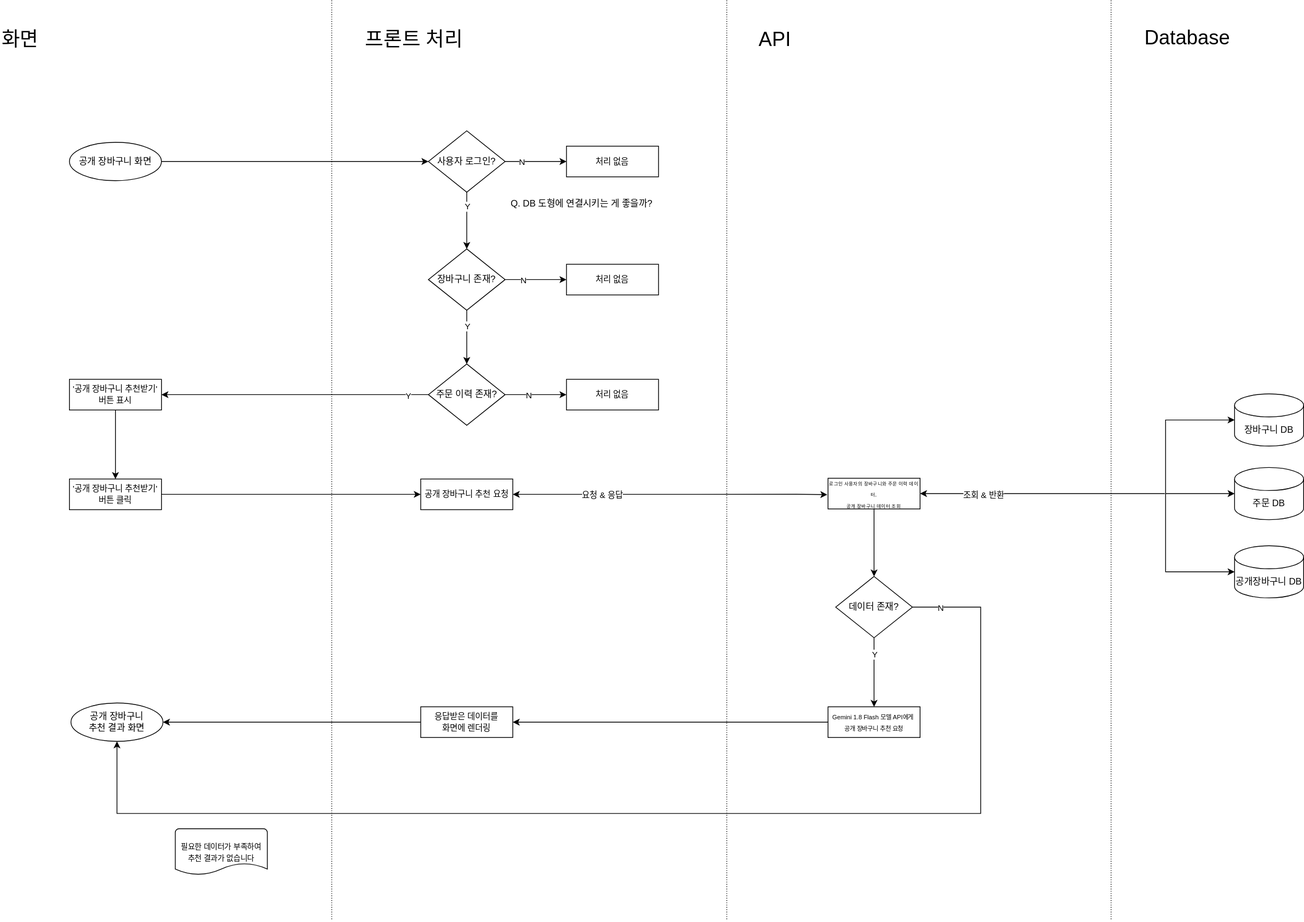
Above: docs/2. 설계/2.2 소프트웨어 설계/2.2.3 플로차트/공개장바구니 추천.svg in sarifor/cart-connect-market (draw.io), before the change. Source tidied: cells renumbered, new cells last; positions are measured from the earlier drawing's top-left corner, leaving out a move shared by most shapes.
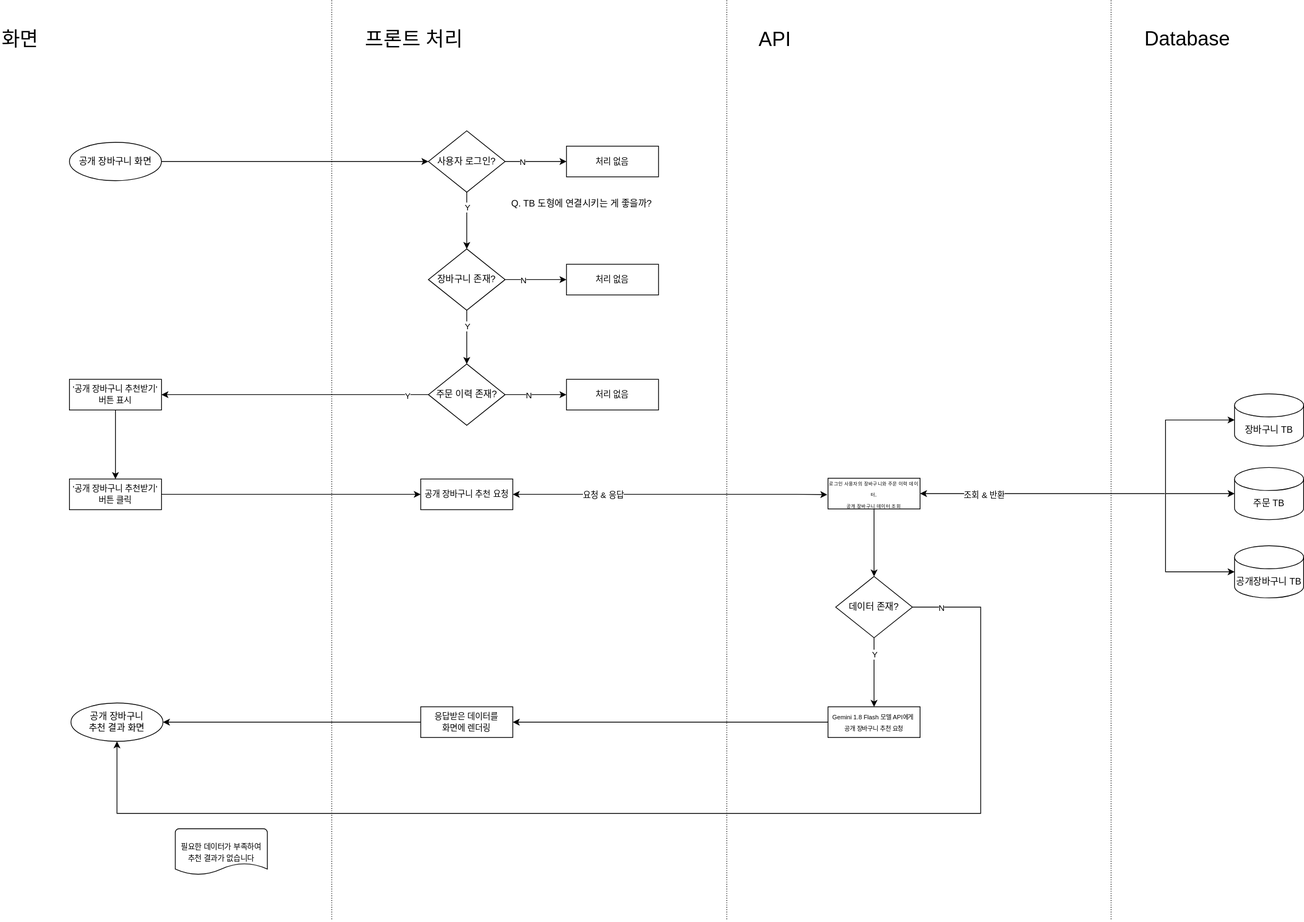
Later version of the same file.

What changed in the source:
```diff
@@ -57,7 +57,7 @@
     <mxCell id="17" value="&lt;font style=&quot;font-size: 6px;&quot;&gt;&lt;font style=&quot;&quot;&gt;로그인 사용자의&amp;nbsp;&lt;/font&gt;&lt;span style=&quot;background-color: transparent; color: light-dark(rgb(0, 0, 0), rgb(255, 255, 255));&quot;&gt;장바구니와 주문 이력 데이터,&lt;/span&gt;&lt;/font&gt;&lt;div&gt;&lt;font style=&quot;font-size: 6px;&quot;&gt;공개 장바구니 데이터 조회&lt;/font&gt;&lt;/div&gt;" style="rounded=0;whiteSpace=wrap;html=1;fontSize=12;glass=0;strokeWidth=1;shadow=0;" parent="1" vertex="1">
       <mxGeometry x="1079" y="623" width="120" height="40" as="geometry" />
     </mxCell>
-    <mxCell id="18" value="장바구니 DB" style="shape=cylinder3;whiteSpace=wrap;html=1;boundedLbl=1;backgroundOutline=1;size=15;" parent="1" vertex="1">
+    <mxCell id="18" value="장바구니 TB" style="shape=cylinder3;whiteSpace=wrap;html=1;boundedLbl=1;backgroundOutline=1;size=15;" parent="1" vertex="1">
       <mxGeometry x="1609" y="513" width="90" height="68" as="geometry" />
     </mxCell>
     <mxCell id="19" style="edgeStyle=orthogonalEdgeStyle;rounded=0;jettySize=auto;html=1;exitX=1;exitY=0.5;exitDx=0;exitDy=0;entryX=-0.008;entryY=0.534;entryDx=0;entryDy=0;entryPerimeter=0;startArrow=classic;startFill=1;" parent="1" edge="1" source="21" target="17">
@@ -104,10 +104,10 @@
     <mxCell id="30" value="&lt;span style=&quot;font-size: 12px;&quot;&gt;장바구니 존재?&lt;/span&gt;" style="rhombus;whiteSpace=wrap;html=1;fontSize=7;" parent="1" vertex="1">
       <mxGeometry x="558" y="324" width="100" height="80" as="geometry" />
     </mxCell>
-    <mxCell id="31" value="주문 DB" style="shape=cylinder3;whiteSpace=wrap;html=1;boundedLbl=1;backgroundOutline=1;size=15;" parent="1" vertex="1">
+    <mxCell id="31" value="주문 TB" style="shape=cylinder3;whiteSpace=wrap;html=1;boundedLbl=1;backgroundOutline=1;size=15;" parent="1" vertex="1">
       <mxGeometry x="1609" y="609" width="90" height="68" as="geometry" />
     </mxCell>
-    <mxCell id="32" value="공개장바구니 DB" style="shape=cylinder3;whiteSpace=wrap;html=1;boundedLbl=1;backgroundOutline=1;size=15;" parent="1" vertex="1">
+    <mxCell id="32" value="공개장바구니 TB" style="shape=cylinder3;whiteSpace=wrap;html=1;boundedLbl=1;backgroundOutline=1;size=15;" parent="1" vertex="1">
       <mxGeometry x="1609" y="711" width="90" height="68" as="geometry" />
     </mxCell>
     <mxCell id="33" style="edgeStyle=orthogonalEdgeStyle;rounded=0;jettySize=auto;html=1;entryX=1;entryY=0.5;entryDx=0;entryDy=0;exitX=0;exitY=0.5;exitDx=0;exitDy=0;" parent="1" edge="1" source="34" target="41">
@@ -176,7 +176,7 @@
     <mxCell id="50" value="&lt;font style=&quot;font-size: 11px;&quot;&gt;처리 없음&lt;/font&gt;" style="rounded=0;whiteSpace=wrap;html=1;fontSize=12;glass=0;strokeWidth=1;shadow=0;" parent="1" vertex="1">
       <mxGeometry x="738" y="494" width="120" height="40" as="geometry" />
     </mxCell>
-    <mxCell id="51" value="Q. DB 도형에 연결시키는 게 좋을까?" style="text;html=1;align=center;verticalAlign=middle;whiteSpace=wrap;rounded=0;" parent="1" vertex="1">
+    <mxCell id="51" value="Q. TB 도형에 연결시키는 게 좋을까?" style="text;html=1;align=center;verticalAlign=middle;whiteSpace=wrap;rounded=0;" parent="1" vertex="1">
       <mxGeometry x="658" y="250" width="200" height="30" as="geometry" />
     </mxCell>
     <mxCell id="52" style="edgeStyle=orthogonalEdgeStyle;rounded=0;jettySize=auto;html=1;endArrow=none;startFill=1;startArrow=classic;exitX=0;exitY=0.5;exitDx=0;exitDy=0;exitPerimeter=0;" parent="1" edge="1" source="31">
```
